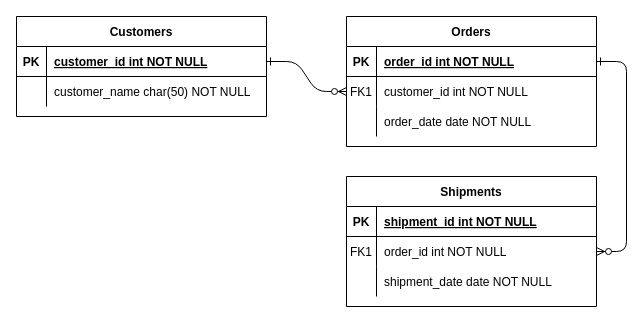
Earlier version of the draw.io diagram Carrot ERD.drawio (albertus-96/mitrais_carrot). Source tidied: cells renumbered, new cells numbered last; positions are measured from the earlier drawing's top-left corner, leaving out a move shared by most shapes. Both pictures are drawn from the tidied source at 100%, with x=0, y=0 at pixel (16, 16).
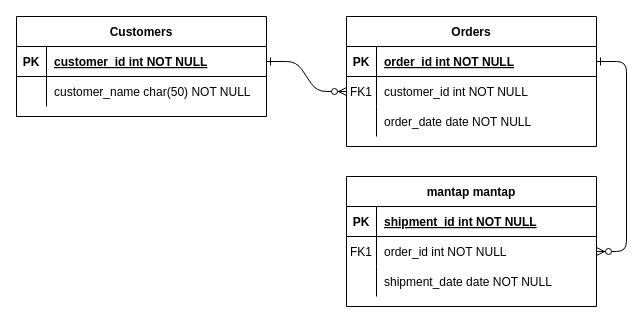
After the change.

Diff of the diagram source:
```diff
@@
-    <mxCell id="14" value="Shipments" style="shape=table;startSize=30;childLayout=tableLayout;rowLines=0;fontStyle=1;align=center;" parent="1" vertex="1">
+    <mxCell id="14" value="mantap mantap" style="shape=table;startSize=30;childLayout=tableLayout;rowLines=0;fontStyle=1;align=center;" parent="1" vertex="1">
       <mxGeometry x="330" y="160" width="250" height="130" as="geometry" />
     </mxCell>
```
